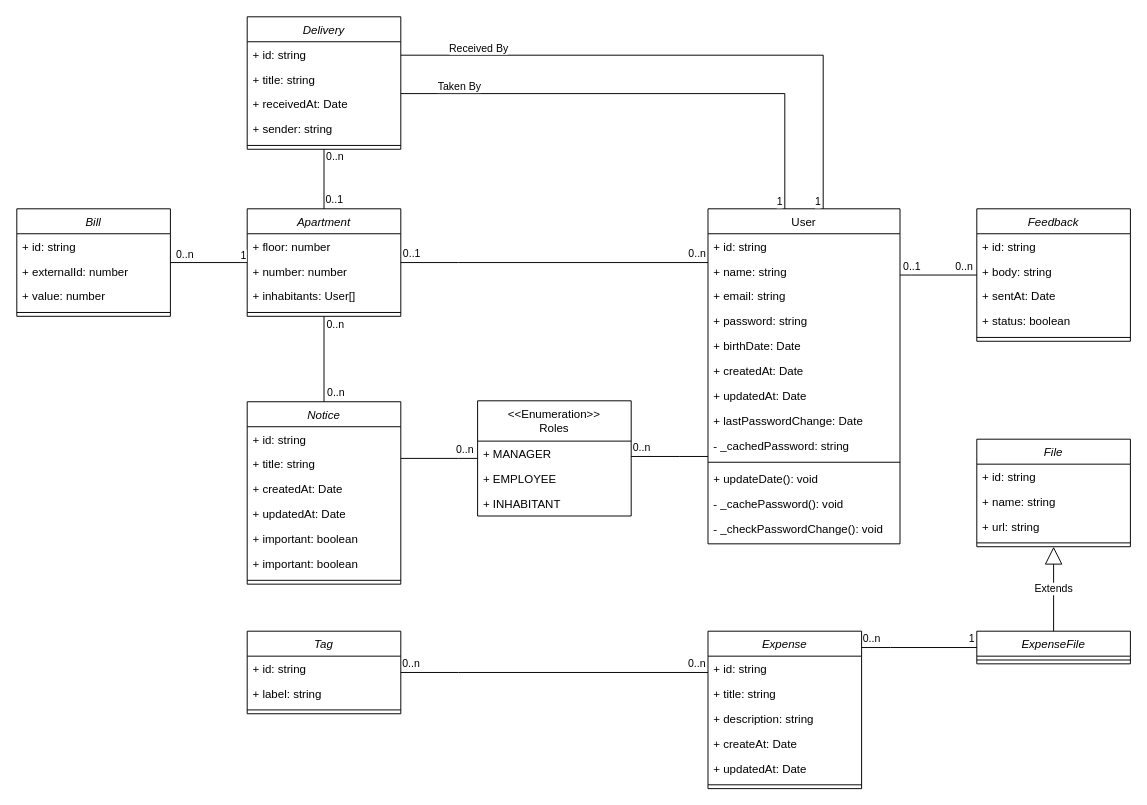
This is Artefatos/Diagrama de Classe/Diagrama de Classes.drawio from jaoppb/villa-pisani, a draw.io file, before an edit. Source tidied: cells renumbered, new cells numbered last; positions are measured from the earlier drawing's top-left corner, leaving out a move shared by most shapes. Both pictures are drawn from the tidied source at 96%, with x=0, y=0 at pixel (16, 16).
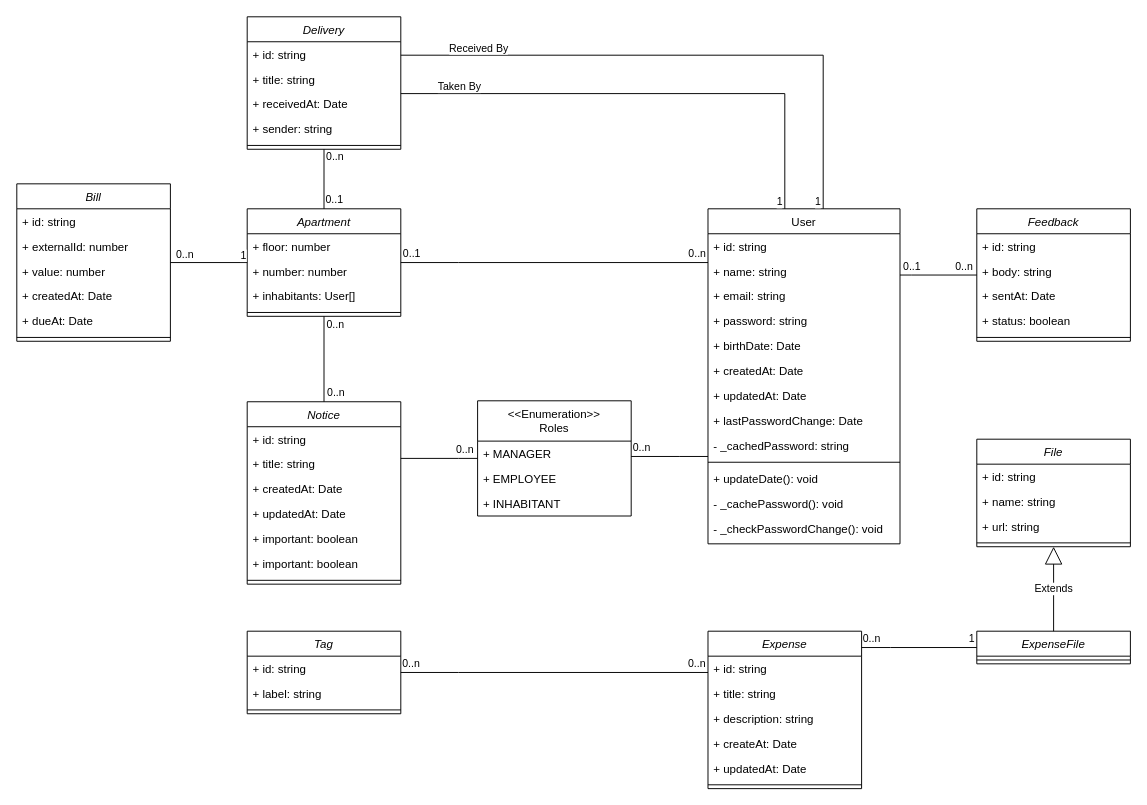
The same page after the edit.

Commit message (it also covers changes not shown here):
docs: added missing fields at class diagrams for Bill

added createdAt
added dueAt

The edit, as a diff of the source:
```diff
@@
     <mxCell id="95" value="Bill" style="swimlane;fontStyle=2;align=center;verticalAlign=top;horizontal=1;startSize=26;rounded=0;shadow=0;strokeWidth=1;" parent="1" vertex="1">
-      <mxGeometry y="200" width="160" height="112" as="geometry" />
+      <mxGeometry y="174" width="160" height="164" as="geometry" />
     </mxCell>
@@
+    <mxCell id="100" value="+ createdAt: Date" style="text;align=left;verticalAlign=top;spacingLeft=4;spacingRight=4;overflow=hidden;rounded=0;shadow=0;html=0;" parent="95" vertex="1">
+      <mxGeometry y="104" width="160" height="26" as="geometry" />
+    </mxCell>
+    <mxCell id="101" value="+ dueAt: Date" style="text;align=left;verticalAlign=top;spacingLeft=4;spacingRight=4;overflow=hidden;rounded=0;shadow=0;html=0;" parent="95" vertex="1">
+      <mxGeometry y="130" width="160" height="26" as="geometry" />
+    </mxCell>
     <mxCell id="99" style="line;html=1;strokeWidth=1;align=left;verticalAlign=middle;spacingTop=-1;spacingLeft=3;spacingRight=3;labelPosition=right;" parent="95" vertex="1">
-      <mxGeometry y="104" width="160" height="8" as="geometry" />
+      <mxGeometry y="156" width="160" height="8" as="geometry" />
     </mxCell>
```
